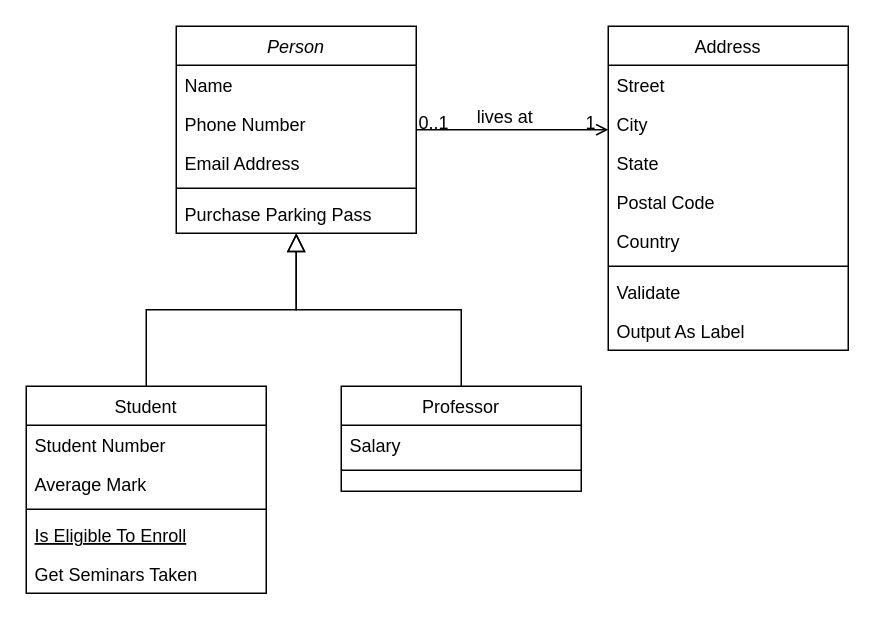
puyojulian/MiniProyecto1FPOE keeps this draw.io diagram as Untitled Diagram.drawio. Above is the earlier version. Source tidied: cells renumbered, new cells numbered last; positions are measured from the earlier drawing's top-left corner, leaving out a move shared by most shapes. Both pictures are drawn from the tidied source at 150%, with x=0, y=0 at pixel (26, 26).
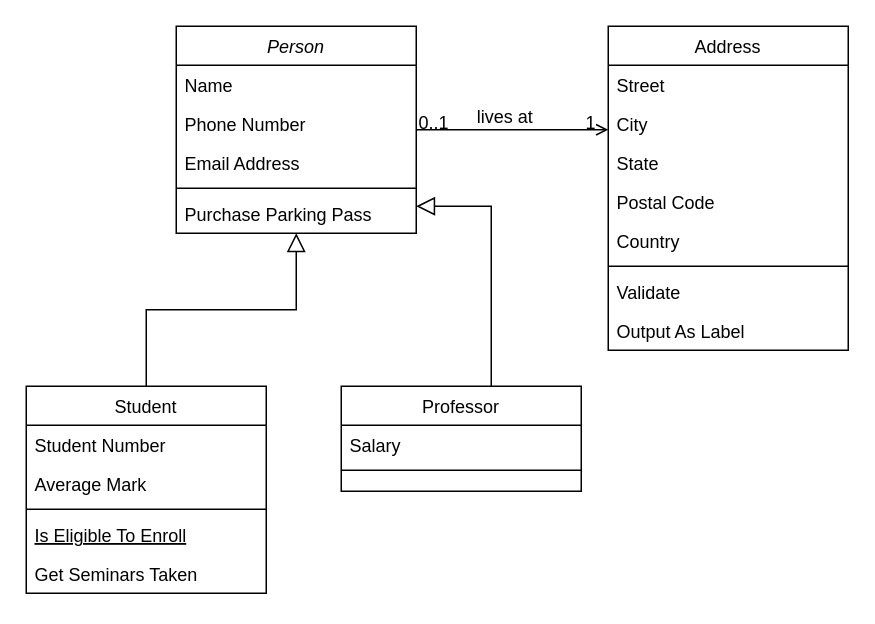
The same diagram, later.

Commit message:
Diagrama de Clases MiniProyecto1.drawio

Unchanged cells that the change refers to:
```xml
<mxCell id="2" value="Person" style="swimlane;fontStyle=2;align=center;verticalAlign=top;horizontal=1;startSize=26;rounded=0;shadow=0;strokeWidth=1;" parent="1" vertex="1">
  <mxGeometry x="100" width="160" height="138" as="geometry" />
</mxCell>
<mxCell id="7" value="Purchase Parking Pass" style="text;align=left;verticalAlign=top;spacingLeft=4;spacingRight=4;overflow=hidden;points=[[0,0.5],[1,0.5]];portConstraint=eastwest;" parent="2" vertex="1">
  <mxGeometry y="112" width="160" height="26" as="geometry" />
</mxCell>
<mxCell id="15" value="Professor" style="swimlane;fontStyle=0;align=center;verticalAlign=top;horizontal=1;startSize=26;rounded=0;shadow=0;strokeWidth=1;" parent="1" vertex="1">
  <mxGeometry x="210" y="240" width="160" height="70" as="geometry" />
</mxCell>
```

Change to the diagram source:
```diff
@@
-    <mxCell id="18" style="endArrow=block;endSize=10;endFill=0;shadow=0;strokeWidth=1;rounded=0;edgeStyle=elbowEdgeStyle;elbow=vertical;" parent="1" edge="1" source="15" target="2">
-      <mxGeometry relative="1" as="geometry" />
+    <mxCell id="18" style="endArrow=block;endSize=10;endFill=0;shadow=0;strokeWidth=1;rounded=0;edgeStyle=elbowEdgeStyle;elbow=vertical;" parent="1" edge="1" source="15" target="7">
+      <mxGeometry relative="1" as="geometry">
+        <Array as="points">
+          <mxPoint x="310" y="120" />
+        </Array>
+      </mxGeometry>
     </mxCell>
```
